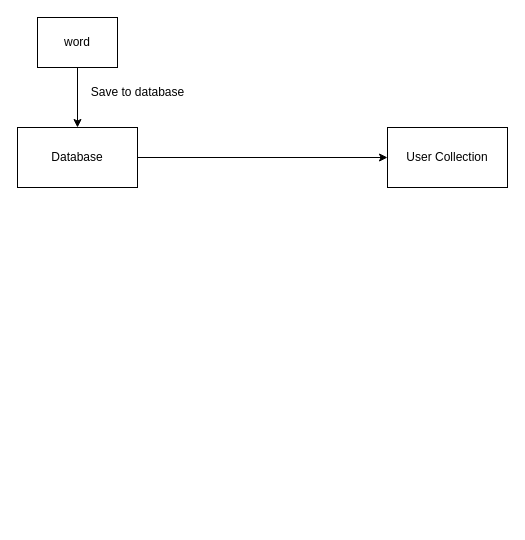
Above: Untitled Diagram.drawio in sqhqk58/hello-world (draw.io), before the change. Source tidied: cells renumbered, new cells numbered last; positions are measured from the earlier drawing's top-left corner, leaving out a move shared by most shapes. Both pictures are drawn from the tidied source at 100%, with x=0, y=0 at pixel (17, 17).
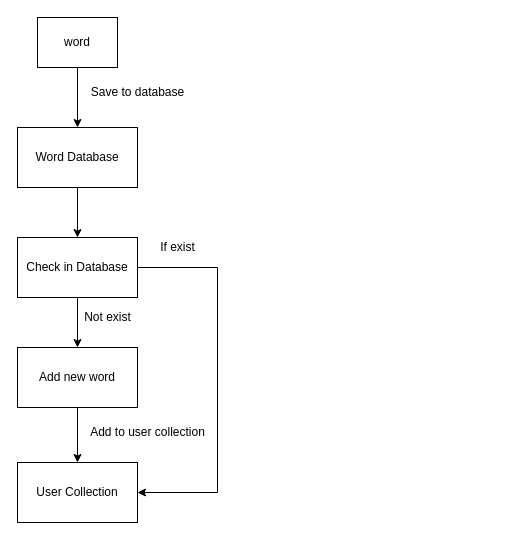
After the change.

Diff of the diagram source:
```diff
@@
 <mxGraphModel>
   <root>
     <mxCell id="0" />
     <mxCell id="1" parent="0" />
     <mxCell id="2" style="edgeStyle=orthogonalEdgeStyle;rounded=0;jettySize=auto;html=1;entryX=0.5;entryY=0;entryDx=0;entryDy=0;" parent="1" edge="1" source="3" target="5">
       <mxGeometry relative="1" as="geometry" />
     </mxCell>
     <mxCell id="3" value="word" style="whiteSpace=wrap;html=1;" parent="1" vertex="1">
       <mxGeometry x="20" width="80" height="50" as="geometry" />
     </mxCell>
-    <mxCell id="4" style="edgeStyle=orthogonalEdgeStyle;rounded=0;jettySize=auto;html=1;entryX=0;entryY=0.5;entryDx=0;entryDy=0;" parent="1" edge="1" source="5" target="7">
-      <mxGeometry relative="1" as="geometry" />
-    </mxCell>
+    <mxCell id="8" style="edgeStyle=orthogonalEdgeStyle;rounded=0;jettySize=auto;html=1;" parent="1" edge="1" source="5" target="12">
+      <mxGeometry relative="1" as="geometry" />
+    </mxCell>
-    <mxCell id="5" value="Database" style="whiteSpace=wrap;html=1;" parent="1" vertex="1">
+    <mxCell id="5" value="Word Database" style="whiteSpace=wrap;html=1;" parent="1" vertex="1">
       <mxGeometry y="110" width="120" height="60" as="geometry" />
     </mxCell>
     <mxCell id="6" value="Save to database" style="text;html=1;align=center;verticalAlign=middle;strokeColor=none;fillColor=none;" parent="1" vertex="1">
       <mxGeometry x="60" y="60" width="120" height="30" as="geometry" />
     </mxCell>
     <mxCell id="7" value="User Collection" style="whiteSpace=wrap;html=1;" parent="1" vertex="1">
-      <mxGeometry x="370" y="110" width="120" height="60" as="geometry" />
+      <mxGeometry y="445" width="120" height="60" as="geometry" />
     </mxCell>
+    <mxCell id="9" value="Add to user collection" style="text;html=1;align=center;verticalAlign=middle;strokeColor=none;fillColor=none;" parent="1" vertex="1">
+      <mxGeometry x="60" y="400" width="140" height="30" as="geometry" />
+    </mxCell>
+    <mxCell id="10" style="edgeStyle=orthogonalEdgeStyle;rounded=0;jettySize=auto;html=1;" parent="1" edge="1" source="12" target="14">
+      <mxGeometry relative="1" as="geometry" />
+    </mxCell>
+    <mxCell id="11" style="edgeStyle=orthogonalEdgeStyle;rounded=0;jettySize=auto;html=1;entryX=1;entryY=0.5;entryDx=0;entryDy=0;" parent="1" edge="1" source="12" target="7">
+      <mxGeometry relative="1" as="geometry">
+        <Array as="points">
+          <mxPoint x="200" y="250" />
+          <mxPoint x="200" y="475" />
+        </Array>
+      </mxGeometry>
+    </mxCell>
+    <mxCell id="12" value="Check in Database" style="whiteSpace=wrap;html=1;" parent="1" vertex="1">
+      <mxGeometry y="220" width="120" height="60" as="geometry" />
+    </mxCell>
+    <mxCell id="13" style="edgeStyle=orthogonalEdgeStyle;rounded=0;jettySize=auto;html=1;entryX=0.5;entryY=0;entryDx=0;entryDy=0;" parent="1" edge="1" source="14" target="7">
+      <mxGeometry relative="1" as="geometry" />
+    </mxCell>
+    <mxCell id="14" value="Add new word" style="whiteSpace=wrap;html=1;" parent="1" vertex="1">
+      <mxGeometry y="330" width="120" height="60" as="geometry" />
+    </mxCell>
+    <mxCell id="15" value="If exist" style="text;html=1;align=center;verticalAlign=middle;strokeColor=none;fillColor=none;" parent="1" vertex="1">
+      <mxGeometry x="130" y="215" width="60" height="30" as="geometry" />
+    </mxCell>
+    <mxCell id="16" value="Not exist" style="text;html=1;align=center;verticalAlign=middle;strokeColor=none;fillColor=none;" parent="1" vertex="1">
+      <mxGeometry x="55" y="285" width="70" height="30" as="geometry" />
+    </mxCell>
   </root>
 </mxGraphModel>
```
